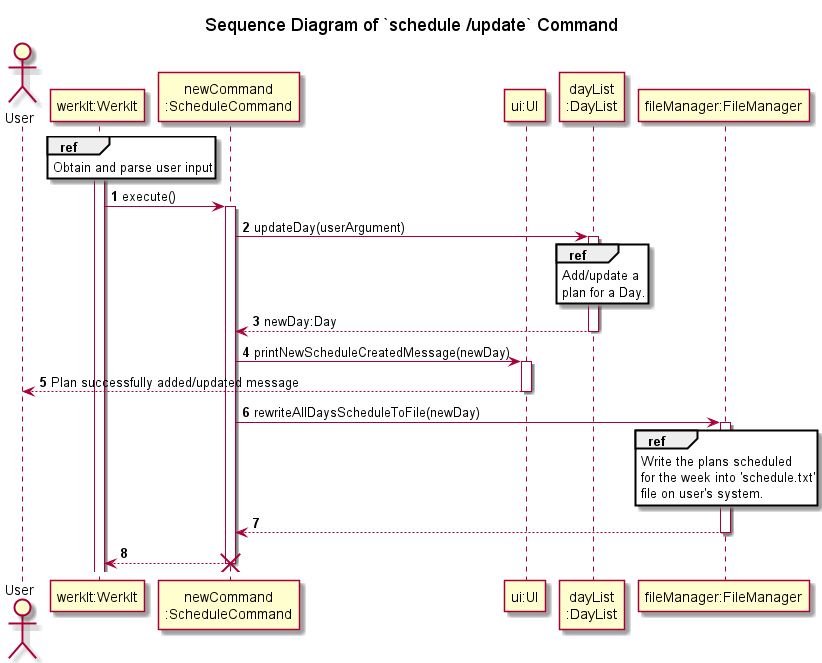
nus-cs2113-AY2122S2/tp keeps this PlantUML diagram as docs/uml/sequenceDiagrams/schedule/images/updateSchedule.png. Above is the earlier version.
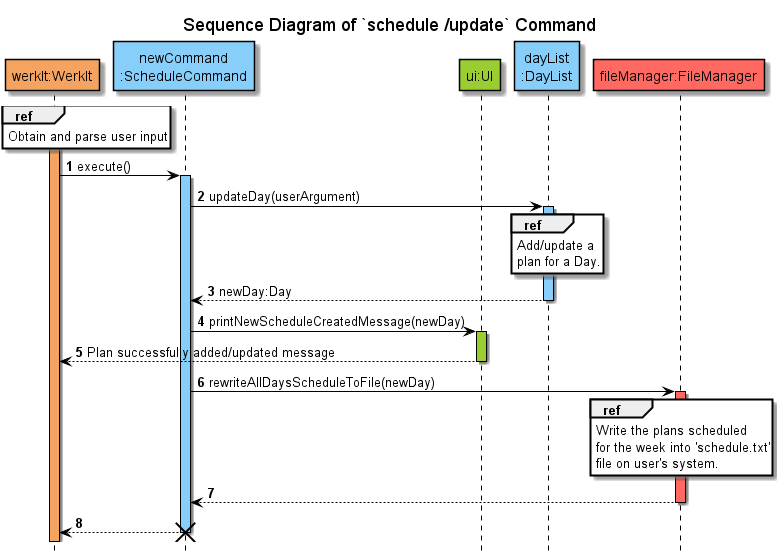
The same file after the commit.

The edit, as a diff of the source:
```diff
@@ -5,22 +5,23 @@
 
 title Sequence Diagram of `schedule /update` Command
 
-actor   User
-participant "werkIt:WerkIt" AS WerkIt
-participant "newCommand\n:ScheduleCommand" AS newCommand
-participant "ui:UI" AS UI
-participant "dayList\n:DayList" AS DayList
-participant "fileManager:FileManager" as FileManager
+hide footbox
 
-activate WerkIt
+participant "werkIt:WerkIt" AS WerkIt COLOR_WERKIT
+participant "newCommand\n:ScheduleCommand" AS newCommand COLOR_LOGIC
+participant "ui:UI" AS UI COLOR_UI
+participant "dayList\n:DayList" AS DayList COLOR_LOGIC
+participant "fileManager:FileManager" as FileManager COLOR_STORAGE
+
+activate WerkIt COLOR_WERKIT
 ref over WerkIt
 Obtain and parse user input
 end
 
 WerkIt -> newCommand : execute()
-activate newCommand
+activate newCommand COLOR_LOGIC
 newCommand -> DayList : updateDay(userArgument)
-activate DayList
+activate DayList COLOR_LOGIC
 ref over DayList
 Add/update a
 plan for a Day.
@@ -29,12 +30,12 @@
 deactivate DayList
 
 newCommand -> UI : printNewScheduleCreatedMessage(newDay)
-activate UI
-User <-- UI : Plan successfully added/updated message
+activate UI COLOR_UI
+WerkIt <-- UI : Plan successfully added/updated message
 deactivate UI
 
 newCommand -> FileManager : rewriteAllDaysScheduleToFile(newDay)
-activate FileManager
+activate FileManager COLOR_STORAGE
 ref over FileManager
 Write the plans scheduled
 for the week into 'schedule.txt'
```
